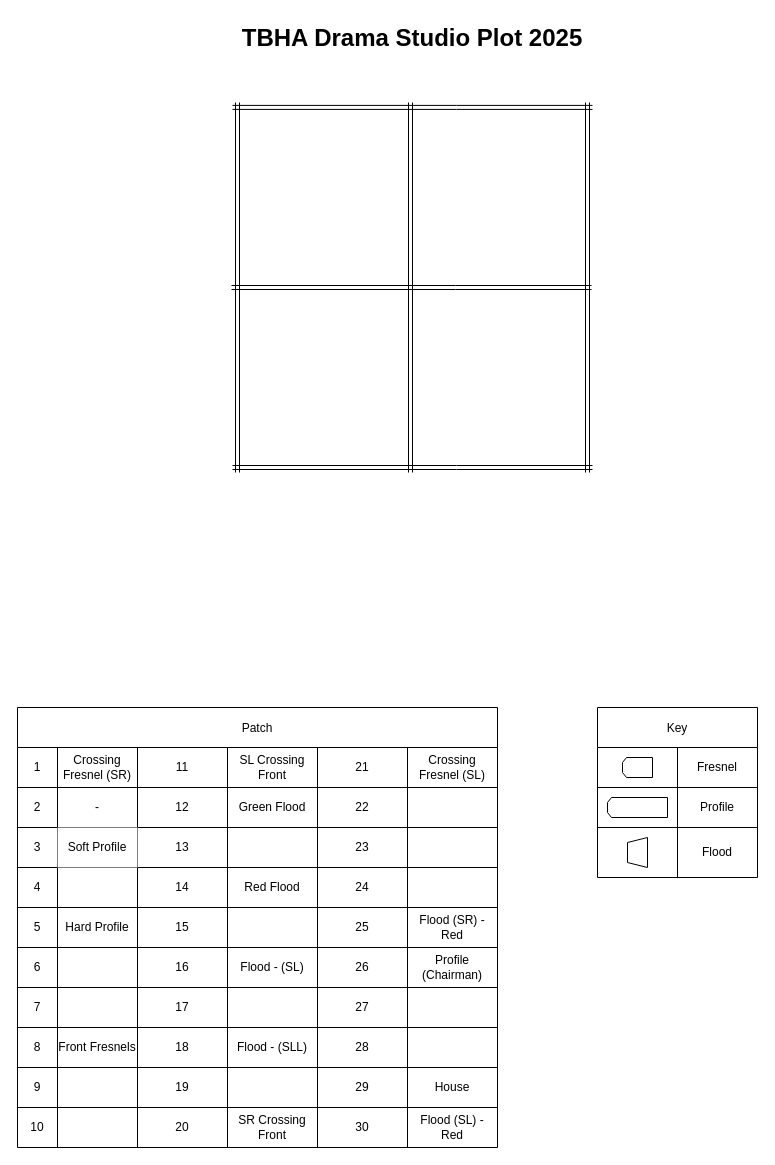
Above: Drama Studio 2025.drawio in Oliver2081/lighting-plots (draw.io), before the change. Source tidied: cells renumbered, new cells numbered last; positions are measured from the earlier drawing's top-left corner, leaving out a move shared by most shapes. Both pictures are drawn from the tidied source at 100%, with x=0, y=0 at pixel (17, 17).
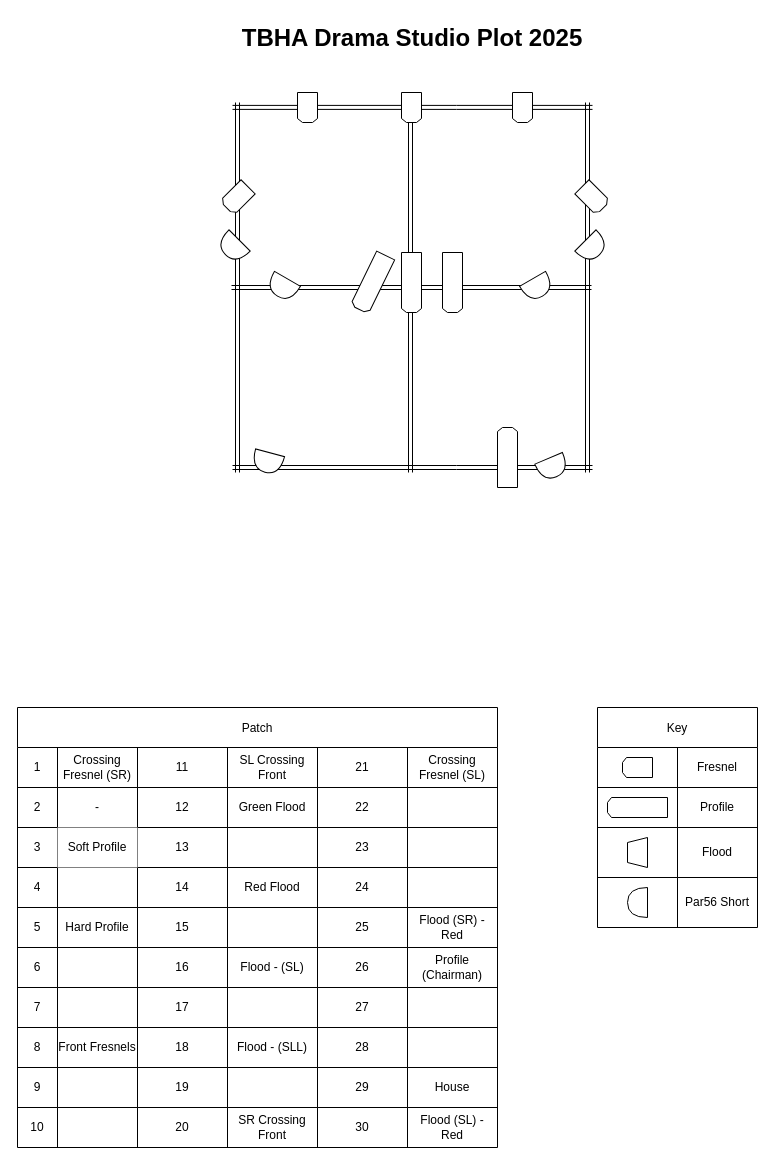
Above is the later version.

Diff of the diagram source:
```diff
@@
     <mxCell id="2" value="Key" style="shape=table;startSize=40;childLayout=tableLayout;" parent="1" vertex="1">
-      <mxGeometry x="580" y="690" width="160" height="170" as="geometry" />
+      <mxGeometry x="580" y="690" width="160" height="220" as="geometry" />
     </mxCell>
@@
+    <mxCell id="93" style="shape=tableRow;horizontal=0;startSize=0;swimlaneHead=0;swimlaneBody=0;strokeColor=inherit;top=0;left=0;bottom=0;right=0;fillColor=none;" parent="2" vertex="1">
+      <mxGeometry y="170" width="160" height="50" as="geometry" />
+    </mxCell>
+    <mxCell id="94" style="shape=partialRectangle;html=1;whiteSpace=wrap;strokeColor=inherit;overflow=hidden;fillColor=none;top=0;left=0;bottom=0;right=0;" parent="93" vertex="1">
+      <mxGeometry width="80" height="50" as="geometry" />
+    </mxCell>
+    <mxCell id="95" value="Par56 Short" style="shape=partialRectangle;html=1;whiteSpace=wrap;strokeColor=inherit;overflow=hidden;fillColor=none;top=0;left=0;bottom=0;right=0;" parent="93" vertex="1">
+      <mxGeometry x="80" width="80" height="50" as="geometry" />
+    </mxCell>
@@
+    <mxCell id="96" style="shape=or;whiteSpace=wrap;html=1;direction=west;" parent="1" vertex="1">
+      <mxGeometry x="610" y="870" width="20" height="30" as="geometry" />
+    </mxCell>
+    <mxCell id="97" style="shape=or;whiteSpace=wrap;html=1;direction=west;rotation=-45;strokeColor=light-dark(#000000,#006600);" parent="1" vertex="1">
+      <mxGeometry x="205" y="215" width="20" height="30" as="geometry" />
+    </mxCell>
+    <mxCell id="98" style="shape=or;whiteSpace=wrap;html=1;direction=west;rotation=-135;strokeColor=light-dark(#000000,#006600);" parent="1" vertex="1">
+      <mxGeometry x="565" y="215" width="20" height="30" as="geometry" />
+    </mxCell>
+    <mxCell id="99" style="shape=loopLimit;whiteSpace=wrap;html=1;rotation=0;size=5;direction=west;" parent="1" vertex="1">
+      <mxGeometry x="280" y="75" width="20" height="30" as="geometry" />
+    </mxCell>
+    <mxCell id="100" style="shape=loopLimit;whiteSpace=wrap;html=1;rotation=0;size=5;direction=west;" parent="1" vertex="1">
+      <mxGeometry x="384" y="75" width="20" height="30" as="geometry" />
+    </mxCell>
+    <mxCell id="101" style="shape=loopLimit;whiteSpace=wrap;html=1;rotation=0;size=5;direction=west;" parent="1" vertex="1">
+      <mxGeometry x="495" y="75" width="20" height="30" as="geometry" />
+    </mxCell>
+    <mxCell id="102" style="shape=loopLimit;whiteSpace=wrap;html=1;rotation=45;size=5;direction=west;" parent="1" vertex="1">
+      <mxGeometry x="210" y="165" width="20" height="30" as="geometry" />
+    </mxCell>
+    <mxCell id="103" style="shape=loopLimit;whiteSpace=wrap;html=1;rotation=-45;size=5;direction=west;" parent="1" vertex="1">
+      <mxGeometry x="565" y="165" width="20" height="30" as="geometry" />
+    </mxCell>
+    <mxCell id="104" style="shape=or;whiteSpace=wrap;html=1;direction=west;rotation=-120;strokeColor=light-dark(#000000,#0000CC);" parent="1" vertex="1">
+      <mxGeometry x="510" y="255" width="20" height="30" as="geometry" />
+    </mxCell>
+    <mxCell id="105" style="shape=or;whiteSpace=wrap;html=1;direction=west;rotation=-60;strokeColor=light-dark(#000000,#0000CC);" parent="1" vertex="1">
+      <mxGeometry x="255" y="255" width="20" height="30" as="geometry" />
+    </mxCell>
+    <mxCell id="106" style="shape=loopLimit;whiteSpace=wrap;html=1;rotation=0;size=5;labelBorderColor=default;align=center;verticalAlign=middle;direction=west;" parent="1" vertex="1">
+      <mxGeometry x="425" y="235" width="20" height="60" as="geometry" />
+    </mxCell>
+    <mxCell id="107" style="shape=loopLimit;whiteSpace=wrap;html=1;rotation=0;size=5;labelBorderColor=default;align=center;verticalAlign=middle;direction=west;" parent="1" vertex="1">
+      <mxGeometry x="384" y="235" width="20" height="60" as="geometry" />
+    </mxCell>
+    <mxCell id="108" style="shape=loopLimit;whiteSpace=wrap;html=1;rotation=26;size=5;labelBorderColor=default;align=center;verticalAlign=middle;direction=west;" parent="1" vertex="1">
+      <mxGeometry x="345" y="235" width="20" height="60" as="geometry" />
+    </mxCell>
+    <mxCell id="109" style="shape=or;whiteSpace=wrap;html=1;direction=west;rotation=-75;strokeColor=light-dark(#000000,#990000);" parent="1" vertex="1">
+      <mxGeometry x="240" y="430" width="20" height="30" as="geometry" />
+    </mxCell>
+    <mxCell id="110" style="shape=or;whiteSpace=wrap;html=1;direction=west;rotation=-113;strokeColor=light-dark(#000000,#990000);" parent="1" vertex="1">
+      <mxGeometry x="525" y="435" width="20" height="30" as="geometry" />
+    </mxCell>
+    <mxCell id="111" style="shape=loopLimit;whiteSpace=wrap;html=1;rotation=0;size=5;labelBorderColor=default;align=center;verticalAlign=middle;direction=east;" parent="1" vertex="1">
+      <mxGeometry x="480" y="410" width="20" height="60" as="geometry" />
+    </mxCell>
```
